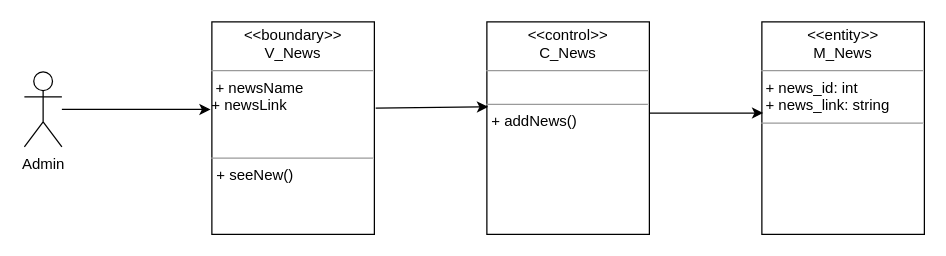
Before: Lop_tham_gia_Usecase/XemTInTuc.drawio in hoangminh15/PTTKHT, a draw.io diagram. Source tidied: cells renumbered, new cells numbered last; positions are measured from the earlier drawing's top-left corner, leaving out a move shared by most shapes. Both pictures are drawn from the tidied source at 125%, with x=0, y=0 at pixel (24, 21).
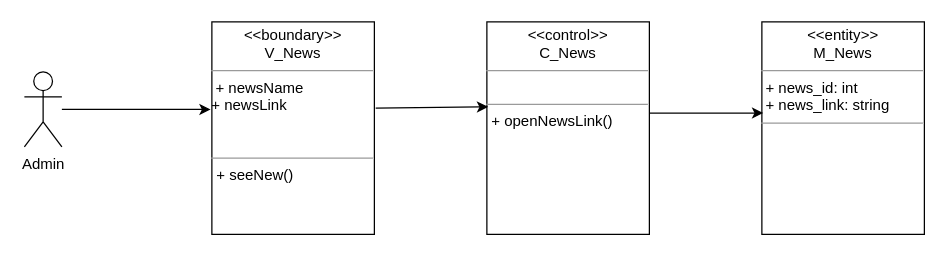
The same page after the edit.

What changed in the source:
```diff
@@
 <mxGraphModel>
   <root>
     <mxCell id="0" />
     <mxCell id="1" parent="0" />
     <mxCell id="2" value="Admin" style="shape=umlActor;verticalLabelPosition=bottom;verticalAlign=top;html=1;" parent="1" vertex="1">
       <mxGeometry y="40" width="30" height="60" as="geometry" />
     </mxCell>
     <mxCell id="3" value="&lt;p style=&quot;margin: 0px ; margin-top: 4px ; text-align: center&quot;&gt;&lt;i&gt;&amp;lt;&lt;/i&gt;&amp;lt;boundary&lt;i&gt;&amp;gt;&amp;gt;&lt;/i&gt;&lt;br&gt;V_News&lt;/p&gt;&lt;hr size=&quot;1&quot;&gt;&lt;div&gt;&amp;nbsp;+ newsName&lt;/div&gt;&lt;div&gt;+ newsLink&lt;/div&gt;&lt;div&gt;&lt;br&gt;&lt;/div&gt;&lt;br&gt;&lt;hr size=&quot;1&quot;&gt;&lt;p style=&quot;margin: 0px ; margin-left: 4px&quot;&gt;+ seeNew()&lt;br&gt;&lt;/p&gt;" style="verticalAlign=top;align=left;overflow=fill;fontSize=12;fontFamily=Helvetica;html=1;" parent="1" vertex="1">
       <mxGeometry x="150" width="130" height="170" as="geometry" />
     </mxCell>
-    <mxCell id="4" value="&lt;p style=&quot;margin: 0px ; margin-top: 4px ; text-align: center&quot;&gt;&lt;i&gt;&amp;lt;&lt;/i&gt;&amp;lt;control&lt;i&gt;&amp;gt;&amp;gt;&lt;/i&gt;&lt;br&gt;C_News&lt;/p&gt;&lt;hr size=&quot;1&quot;&gt;&lt;br&gt;&lt;hr size=&quot;1&quot;&gt;&lt;p style=&quot;margin: 0px ; margin-left: 4px&quot;&gt;+ addNews()&lt;br&gt;&lt;br&gt;&lt;/p&gt;" style="verticalAlign=top;align=left;overflow=fill;fontSize=12;fontFamily=Helvetica;html=1;" parent="1" vertex="1">
+    <mxCell id="4" value="&lt;p style=&quot;margin: 0px ; margin-top: 4px ; text-align: center&quot;&gt;&lt;i&gt;&amp;lt;&lt;/i&gt;&amp;lt;control&lt;i&gt;&amp;gt;&amp;gt;&lt;/i&gt;&lt;br&gt;C_News&lt;/p&gt;&lt;hr size=&quot;1&quot;&gt;&lt;br&gt;&lt;hr size=&quot;1&quot;&gt;&lt;p style=&quot;margin: 0px ; margin-left: 4px&quot;&gt;+ openNewsLink()&lt;br&gt;&lt;br&gt;&lt;/p&gt;" style="verticalAlign=top;align=left;overflow=fill;fontSize=12;fontFamily=Helvetica;html=1;" parent="1" vertex="1">
       <mxGeometry x="370" width="130" height="170" as="geometry" />
     </mxCell>
     <mxCell id="5" style="endArrow=classic;html=1;exitX=1.008;exitY=0.406;exitDx=0;exitDy=0;exitPerimeter=0;" parent="1" edge="1" source="3">
       <mxGeometry relative="1" as="geometry">
         <mxPoint x="371" y="68" as="targetPoint" />
       </mxGeometry>
     </mxCell>
     <mxCell id="6" style="endArrow=classic;html=1;entryX=-0.008;entryY=0.412;entryDx=0;entryDy=0;entryPerimeter=0;" parent="1" edge="1" source="2" target="3">
       <mxGeometry relative="1" as="geometry" />
     </mxCell>
     <mxCell id="7" value="&lt;p style=&quot;margin: 0px ; margin-top: 4px ; text-align: center&quot;&gt;&lt;i&gt;&amp;lt;&lt;/i&gt;&amp;lt;entity&lt;i&gt;&amp;gt;&amp;gt;&lt;/i&gt;&lt;br&gt;M_News&lt;/p&gt;&lt;hr size=&quot;1&quot;&gt;&lt;div&gt;&amp;nbsp;+ news_id: int&lt;/div&gt;&lt;div&gt;&amp;nbsp;+ news_link: string&lt;br&gt;&lt;/div&gt;&lt;hr size=&quot;1&quot;&gt;&lt;p style=&quot;margin: 0px ; margin-left: 4px&quot;&gt;&lt;br&gt;&lt;br&gt;&lt;/p&gt;" style="verticalAlign=top;align=left;overflow=fill;fontSize=12;fontFamily=Helvetica;html=1;" parent="1" vertex="1">
       <mxGeometry x="590" width="130" height="170" as="geometry" />
     </mxCell>
     <mxCell id="8" style="endArrow=classic;html=1;entryX=0.008;entryY=0.429;entryDx=0;entryDy=0;entryPerimeter=0;" parent="1" edge="1" target="7">
       <mxGeometry relative="1" as="geometry">
         <mxPoint x="500" y="73" as="sourcePoint" />
       </mxGeometry>
     </mxCell>
   </root>
 </mxGraphModel>
```
